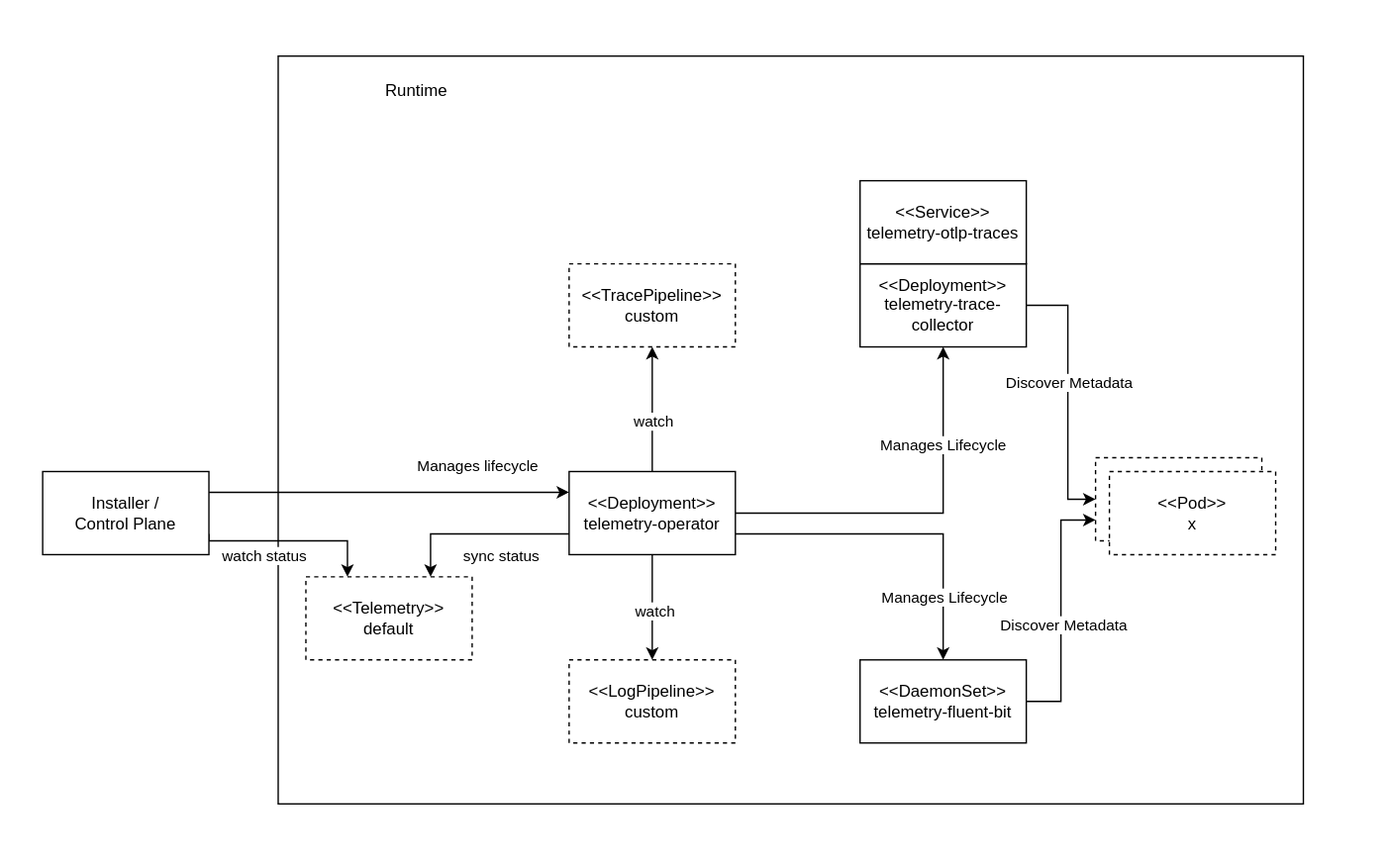
kyma-project/telemetry-manager keeps this draw.io diagram as docs/user/assets/manager-lifecycle.drawio.svg. Above is the earlier version. Source tidied: cells renumbered, new cells last; positions are measured from the earlier drawing's top-left corner, leaving out a move shared by most shapes.
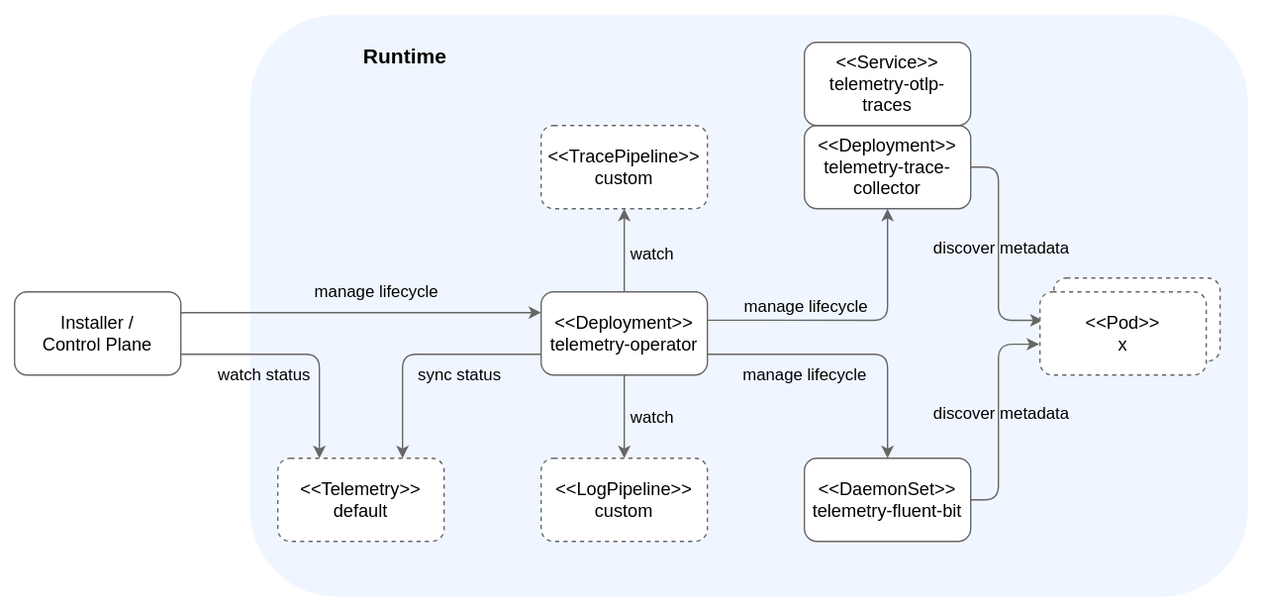
Above is the later version.

Commit message:
update manager lifecycle diagram

Diff of the diagram source:
```diff
@@ -3,123 +3,125 @@
     <mxCell id="0" />
     <mxCell id="1" parent="0" />
     <mxCell id="2" style="rounded=0;whiteSpace=wrap;html=1;strokeColor=none;" parent="1" vertex="1">
-      <mxGeometry width="1000" height="620" as="geometry" />
+      <mxGeometry x="110" y="-90" width="910" height="440" as="geometry" />
     </mxCell>
-    <mxCell id="3" style="rounded=0;whiteSpace=wrap;html=1;" parent="1" vertex="1">
-      <mxGeometry x="200" y="40" width="740" height="540" as="geometry" />
+    <mxCell id="3" value="&lt;b&gt;&lt;font style=&quot;font-size: 15px;&quot;&gt;Runtime&amp;nbsp; &amp;nbsp; &amp;nbsp; &amp;nbsp; &amp;nbsp; &amp;nbsp; &amp;nbsp; &amp;nbsp; &amp;nbsp; &amp;nbsp; &amp;nbsp; &amp;nbsp; &amp;nbsp; &amp;nbsp; &amp;nbsp; &amp;nbsp; &amp;nbsp; &amp;nbsp; &amp;nbsp; &amp;nbsp; &amp;nbsp; &amp;nbsp; &amp;nbsp; &amp;nbsp; &amp;nbsp; &amp;nbsp; &amp;nbsp; &amp;nbsp; &amp;nbsp; &amp;nbsp; &amp;nbsp; &amp;nbsp; &amp;nbsp; &amp;nbsp; &amp;nbsp; &amp;nbsp; &amp;nbsp; &amp;nbsp; &amp;nbsp; &amp;nbsp; &amp;nbsp; &amp;nbsp; &amp;nbsp; &amp;nbsp; &amp;nbsp; &amp;nbsp; &amp;nbsp; &amp;nbsp; &amp;nbsp; &amp;nbsp; &amp;nbsp; &amp;nbsp; &amp;nbsp; &amp;nbsp; &amp;nbsp; &amp;nbsp; &amp;nbsp; &amp;nbsp; &amp;nbsp; &amp;nbsp;&lt;br&gt;&lt;br&gt;&lt;br&gt;&lt;br&gt;&lt;br&gt;&lt;br&gt;&lt;br&gt;&lt;br&gt;&lt;br&gt;&lt;br&gt;&lt;br&gt;&lt;br&gt;&lt;br&gt;&lt;br&gt;&lt;br&gt;&lt;br&gt;&lt;br&gt;&lt;br&gt;&lt;br&gt;&lt;br&gt;&lt;br&gt;&lt;/font&gt;&lt;/b&gt;" style="rounded=1;whiteSpace=wrap;html=1;strokeColor=none;fillColor=#F0F6FF;" parent="1" vertex="1">
+      <mxGeometry x="290" y="-80" width="720" height="420" as="geometry" />
     </mxCell>
-    <mxCell id="4" style="edgeStyle=orthogonalEdgeStyle;html=1;exitX=1;exitY=0.5;exitDx=0;exitDy=0;entryX=0.5;entryY=1;entryDx=0;entryDy=0;elbow=vertical;rounded=0;" parent="1" edge="1" source="12" target="16">
+    <mxCell id="4" style="edgeStyle=orthogonalEdgeStyle;html=1;exitX=1.001;exitY=0.341;exitDx=0;exitDy=0;entryX=0.5;entryY=1;entryDx=0;entryDy=0;elbow=vertical;rounded=1;strokeColor=#666666;exitPerimeter=0;" parent="1" edge="1" source="12" target="16">
       <mxGeometry relative="1" as="geometry" />
     </mxCell>
-    <mxCell id="5" value="Manages Lifecycle" style="edgeLabel;html=1;align=center;verticalAlign=middle;" parent="4" vertex="1">
+    <mxCell id="5" value="&lt;font style=&quot;font-size: 12px;&quot;&gt;manage lifecycle&lt;/font&gt;" style="edgeLabel;html=1;align=center;verticalAlign=middle;labelBackgroundColor=none;fontSize=12;" parent="4" vertex="1">
       <mxGeometry x="0.07" y="4" relative="1" as="geometry">
-        <mxPoint x="6" y="-46" as="offset" />
+        <mxPoint x="-42" y="-6" as="offset" />
       </mxGeometry>
     </mxCell>
-    <mxCell id="6" style="edgeStyle=orthogonalEdgeStyle;rounded=0;html=1;exitX=1;exitY=0.75;exitDx=0;exitDy=0;entryX=0.5;entryY=0;entryDx=0;entryDy=0;elbow=vertical;" parent="1" edge="1" source="12" target="22">
+    <mxCell id="6" style="edgeStyle=orthogonalEdgeStyle;rounded=1;html=1;exitX=1;exitY=0.75;exitDx=0;exitDy=0;entryX=0.5;entryY=0;entryDx=0;entryDy=0;elbow=vertical;strokeColor=#666666;" parent="1" edge="1" source="12" target="22">
       <mxGeometry relative="1" as="geometry" />
     </mxCell>
-    <mxCell id="7" value="Manages Lifecycle" style="edgeLabel;html=1;align=center;verticalAlign=middle;" parent="6" vertex="1">
+    <mxCell id="7" value="manage lifecycle" style="edgeLabel;html=1;align=center;verticalAlign=middle;fontSize=12;labelBackgroundColor=none;" parent="6" vertex="1">
       <mxGeometry x="0.46" y="2" relative="1" as="geometry">
-        <mxPoint x="-2" y="19" as="offset" />
+        <mxPoint x="-62" y="-5" as="offset" />
       </mxGeometry>
     </mxCell>
-    <mxCell id="8" style="edgeStyle=orthogonalEdgeStyle;rounded=0;html=1;exitX=0.5;exitY=0;exitDx=0;exitDy=0;entryX=0.5;entryY=1;entryDx=0;entryDy=0;elbow=vertical;" parent="1" edge="1" source="12" target="23">
+    <mxCell id="8" style="edgeStyle=orthogonalEdgeStyle;rounded=1;html=1;exitX=0.5;exitY=0;exitDx=0;exitDy=0;entryX=0.5;entryY=1;entryDx=0;entryDy=0;elbow=vertical;strokeColor=#666666;" parent="1" edge="1" source="12" target="23">
       <mxGeometry relative="1" as="geometry" />
     </mxCell>
-    <mxCell id="9" value="watch" style="edgeLabel;html=1;align=center;verticalAlign=middle;" parent="8" vertex="1">
-      <mxGeometry x="-0.19" relative="1" as="geometry" />
+    <mxCell id="9" value="watch" style="edgeLabel;html=1;align=center;verticalAlign=middle;labelBackgroundColor=none;fontSize=12;" parent="8" vertex="1">
+      <mxGeometry x="-0.19" relative="1" as="geometry">
+        <mxPoint x="20" y="-3" as="offset" />
+      </mxGeometry>
     </mxCell>
-    <mxCell id="10" style="edgeStyle=orthogonalEdgeStyle;rounded=0;html=1;exitX=0.5;exitY=1;exitDx=0;exitDy=0;entryX=0.5;entryY=0;entryDx=0;entryDy=0;elbow=vertical;" parent="1" edge="1" source="12" target="25">
+    <mxCell id="10" style="edgeStyle=orthogonalEdgeStyle;rounded=1;html=1;exitX=0.5;exitY=1;exitDx=0;exitDy=0;entryX=0.5;entryY=0;entryDx=0;entryDy=0;elbow=vertical;strokeColor=#666666;" parent="1" edge="1" source="12" target="25">
       <mxGeometry relative="1" as="geometry" />
     </mxCell>
-    <mxCell id="11" value="watch" style="edgeLabel;html=1;align=center;verticalAlign=middle;" parent="10" vertex="1">
-      <mxGeometry x="0.04" y="1" relative="1" as="geometry" />
+    <mxCell id="11" value="watch" style="edgeLabel;html=1;align=center;verticalAlign=middle;labelBackgroundColor=none;fontSize=12;" parent="10" vertex="1">
+      <mxGeometry x="0.04" y="1" relative="1" as="geometry">
+        <mxPoint x="19" as="offset" />
+      </mxGeometry>
     </mxCell>
-    <mxCell id="12" value="&amp;lt;&amp;lt;Deployment&amp;gt;&amp;gt;&lt;br&gt;telemetry-operator" style="rounded=0;whiteSpace=wrap;html=1;" parent="1" vertex="1">
-      <mxGeometry x="410" y="340" width="120" height="60" as="geometry" />
+    <mxCell id="12" value="&amp;lt;&amp;lt;Deployment&amp;gt;&amp;gt;&lt;br style=&quot;font-size: 13px;&quot;&gt;telemetry-operator" style="rounded=1;whiteSpace=wrap;html=1;strokeColor=#666666;fontSize=13;" parent="1" vertex="1">
+      <mxGeometry x="500" y="120" width="120" height="60" as="geometry" />
     </mxCell>
-    <mxCell id="13" value="&amp;lt;&amp;lt;Pod&amp;gt;&amp;gt;&lt;br&gt;all" style="rounded=0;whiteSpace=wrap;html=1;dashed=1;" parent="1" vertex="1">
-      <mxGeometry x="790" y="330" width="120" height="60" as="geometry" />
+    <mxCell id="13" value="&amp;lt;&amp;lt;Pod&amp;gt;&amp;gt;&lt;br&gt;all" style="rounded=1;whiteSpace=wrap;html=1;dashed=1;strokeColor=#666666;" parent="1" vertex="1">
+      <mxGeometry x="870" y="110" width="120" height="60" as="geometry" />
     </mxCell>
-    <mxCell id="14" style="edgeStyle=orthogonalEdgeStyle;rounded=0;html=1;exitX=1;exitY=0.5;exitDx=0;exitDy=0;entryX=0;entryY=0.5;entryDx=0;entryDy=0;elbow=vertical;" parent="1" edge="1" source="16" target="13">
+    <mxCell id="14" style="edgeStyle=orthogonalEdgeStyle;rounded=1;html=1;exitX=1;exitY=0.5;exitDx=0;exitDy=0;entryX=0.016;entryY=0.343;entryDx=0;entryDy=0;elbow=vertical;strokeColor=#666666;entryPerimeter=0;" parent="1" edge="1" source="16" target="24">
       <mxGeometry relative="1" as="geometry">
         <Array as="points">
-          <mxPoint x="770" y="220" />
-          <mxPoint x="770" y="360" />
+          <mxPoint x="830" y="30" />
+          <mxPoint x="830" y="141" />
         </Array>
       </mxGeometry>
     </mxCell>
-    <mxCell id="15" value="Discover Metadata" style="edgeLabel;html=1;align=center;verticalAlign=middle;" parent="14" vertex="1">
-      <mxGeometry x="-0.1" relative="1" as="geometry" />
+    <mxCell id="15" value="discover metadata" style="edgeLabel;html=1;align=center;verticalAlign=middle;fontSize=12;labelBackgroundColor=none;" parent="14" vertex="1">
+      <mxGeometry x="-0.1" relative="1" as="geometry">
+        <mxPoint x="2" y="6" as="offset" />
+      </mxGeometry>
     </mxCell>
-    <mxCell id="16" value="&amp;lt;&amp;lt;Deployment&amp;gt;&amp;gt;&lt;br&gt;telemetry-trace-collector" style="rounded=0;whiteSpace=wrap;html=1;" parent="1" vertex="1">
-      <mxGeometry x="620" y="190" width="120" height="60" as="geometry" />
+    <mxCell id="16" value="&lt;font style=&quot;font-size: 13px;&quot;&gt;&amp;lt;&amp;lt;Deployment&amp;gt;&amp;gt;&lt;br&gt;telemetry-trace-collector&lt;/font&gt;" style="rounded=1;whiteSpace=wrap;html=1;strokeColor=#666666;" parent="1" vertex="1">
+      <mxGeometry x="690" width="120" height="60" as="geometry" />
     </mxCell>
-    <mxCell id="17" style="edgeStyle=orthogonalEdgeStyle;rounded=0;html=1;exitX=1;exitY=0.75;exitDx=0;exitDy=0;entryX=0.25;entryY=0;entryDx=0;entryDy=0;elbow=vertical;" parent="1" edge="1" source="19" target="28">
+    <mxCell id="17" style="edgeStyle=orthogonalEdgeStyle;rounded=1;html=1;exitX=1;exitY=0.75;exitDx=0;exitDy=0;entryX=0.25;entryY=0;entryDx=0;entryDy=0;elbow=vertical;strokeColor=#666666;" parent="1" edge="1" source="19" target="28">
       <mxGeometry relative="1" as="geometry">
         <Array as="points">
-          <mxPoint x="240" y="390" />
-          <mxPoint x="300" y="390" />
+          <mxPoint x="340" y="165" />
         </Array>
       </mxGeometry>
     </mxCell>
-    <mxCell id="18" value="watch status" style="edgeLabel;html=1;align=center;verticalAlign=middle;" parent="17" vertex="1">
+    <mxCell id="18" value="&lt;font style=&quot;font-size: 12px;&quot;&gt;watch status&lt;/font&gt;" style="edgeLabel;html=1;align=center;verticalAlign=middle;labelBackgroundColor=none;" parent="17" vertex="1">
       <mxGeometry x="0.52" y="-1" relative="1" as="geometry">
-        <mxPoint x="-54" y="9" as="offset" />
+        <mxPoint x="-39" y="-18" as="offset" />
       </mxGeometry>
     </mxCell>
-    <mxCell id="19" value="Installer /&lt;br&gt;Control Plane" style="rounded=0;whiteSpace=wrap;html=1;" parent="1" vertex="1">
-      <mxGeometry x="30" y="340" width="120" height="60" as="geometry" />
+    <mxCell id="19" value="Installer /&lt;br style=&quot;font-size: 13px;&quot;&gt;Control Plane" style="rounded=1;whiteSpace=wrap;html=1;strokeColor=#666666;fontSize=13;" parent="1" vertex="1">
+      <mxGeometry x="120" y="120" width="120" height="60" as="geometry" />
     </mxCell>
-    <mxCell id="20" style="edgeStyle=orthogonalEdgeStyle;rounded=0;html=1;exitX=1;exitY=0.5;exitDx=0;exitDy=0;entryX=0;entryY=0.75;entryDx=0;entryDy=0;elbow=vertical;" parent="1" edge="1" source="22" target="13">
-      <mxGeometry relative="1" as="geometry" />
+    <mxCell id="20" style="edgeStyle=orthogonalEdgeStyle;rounded=1;html=1;exitX=1;exitY=0.5;exitDx=0;exitDy=0;entryX=-0.005;entryY=0.63;entryDx=0;entryDy=0;elbow=vertical;strokeColor=#666666;entryPerimeter=0;" parent="1" edge="1" source="22" target="24">
+      <mxGeometry relative="1" as="geometry">
+        <Array as="points">
+          <mxPoint x="830" y="270" />
+          <mxPoint x="830" y="158" />
+        </Array>
+      </mxGeometry>
     </mxCell>
-    <mxCell id="21" value="Discover Metadata" style="edgeLabel;html=1;align=center;verticalAlign=middle;" parent="20" vertex="1">
+    <mxCell id="21" value="discover metadata" style="edgeLabel;html=1;align=center;verticalAlign=middle;fontSize=12;labelBackgroundColor=none;" parent="20" vertex="1">
       <mxGeometry x="0.2" y="-1" relative="1" as="geometry">
-        <mxPoint y="28" as="offset" />
+        <mxPoint x="1" y="15" as="offset" />
       </mxGeometry>
     </mxCell>
-    <mxCell id="22" value="&amp;lt;&amp;lt;DaemonSet&amp;gt;&amp;gt;&lt;br&gt;telemetry-fluent-bit" style="rounded=0;whiteSpace=wrap;html=1;" parent="1" vertex="1">
-      <mxGeometry x="620" y="476" width="120" height="60" as="geometry" />
+    <mxCell id="22" value="&amp;lt;&amp;lt;DaemonSet&amp;gt;&amp;gt;&lt;br style=&quot;font-size: 13px;&quot;&gt;telemetry-fluent-bit" style="rounded=1;whiteSpace=wrap;html=1;strokeColor=#666666;fontSize=13;" parent="1" vertex="1">
+      <mxGeometry x="690" y="240" width="120" height="60" as="geometry" />
     </mxCell>
-    <mxCell id="23" value="&amp;lt;&amp;lt;TracePipeline&amp;gt;&amp;gt;&lt;br&gt;custom" style="rounded=0;whiteSpace=wrap;html=1;dashed=1;" parent="1" vertex="1">
-      <mxGeometry x="410" y="190" width="120" height="60" as="geometry" />
+    <mxCell id="23" value="&amp;lt;&amp;lt;TracePipeline&amp;gt;&amp;gt;&lt;br style=&quot;font-size: 13px;&quot;&gt;custom" style="rounded=1;whiteSpace=wrap;html=1;dashed=1;strokeColor=#666666;fontSize=13;" parent="1" vertex="1">
+      <mxGeometry x="500" width="120" height="60" as="geometry" />
     </mxCell>
-    <mxCell id="24" value="&amp;lt;&amp;lt;Pod&amp;gt;&amp;gt;&lt;br&gt;x" style="rounded=0;whiteSpace=wrap;html=1;dashed=1;" parent="1" vertex="1">
-      <mxGeometry x="800" y="340" width="120" height="60" as="geometry" />
+    <mxCell id="24" value="&lt;font style=&quot;font-size: 13px;&quot;&gt;&amp;lt;&amp;lt;Pod&amp;gt;&amp;gt;&lt;br&gt;x&lt;/font&gt;" style="rounded=1;whiteSpace=wrap;html=1;dashed=1;strokeColor=#666666;" parent="1" vertex="1">
+      <mxGeometry x="860" y="120" width="120" height="60" as="geometry" />
     </mxCell>
-    <mxCell id="25" value="&amp;lt;&amp;lt;LogPipeline&amp;gt;&amp;gt;&lt;br&gt;custom" style="rounded=0;whiteSpace=wrap;html=1;dashed=1;" parent="1" vertex="1">
-      <mxGeometry x="410" y="476" width="120" height="60" as="geometry" />
+    <mxCell id="25" value="&amp;lt;&amp;lt;LogPipeline&amp;gt;&amp;gt;&lt;br style=&quot;font-size: 13px;&quot;&gt;custom" style="rounded=1;whiteSpace=wrap;html=1;dashed=1;strokeColor=#666666;fontSize=13;" parent="1" vertex="1">
+      <mxGeometry x="500" y="240" width="120" height="60" as="geometry" />
     </mxCell>
-    <mxCell id="26" value="&amp;lt;&amp;lt;Service&amp;gt;&amp;gt;&lt;br&gt;telemetry-otlp-traces" style="rounded=0;whiteSpace=wrap;html=1;" parent="1" vertex="1">
-      <mxGeometry x="620" y="130" width="120" height="60" as="geometry" />
+    <mxCell id="26" value="&amp;lt;&amp;lt;Service&amp;gt;&amp;gt;&lt;br style=&quot;font-size: 13px;&quot;&gt;telemetry-otlp-traces" style="rounded=1;whiteSpace=wrap;html=1;strokeColor=#666666;fontSize=13;" parent="1" vertex="1">
+      <mxGeometry x="690" y="-60" width="120" height="60" as="geometry" />
     </mxCell>
-    <mxCell id="27" value="Runtime" style="text;html=1;strokeColor=none;fillColor=none;align=center;verticalAlign=middle;whiteSpace=wrap;rounded=0;" parent="1" vertex="1">
-      <mxGeometry x="270" y="50" width="60" height="30" as="geometry" />
-    </mxCell>
-    <mxCell id="28" value="&amp;lt;&amp;lt;Telemetry&amp;gt;&amp;gt;&lt;br&gt;default" style="rounded=0;whiteSpace=wrap;html=1;dashed=1;" parent="1" vertex="1">
-      <mxGeometry x="220" y="416" width="120" height="60" as="geometry" />
+    <mxCell id="28" value="&amp;lt;&amp;lt;Telemetry&amp;gt;&amp;gt;&lt;br style=&quot;font-size: 13px;&quot;&gt;default" style="rounded=1;whiteSpace=wrap;html=1;dashed=1;strokeColor=#666666;fontSize=13;" parent="1" vertex="1">
+      <mxGeometry x="310" y="240" width="120" height="60" as="geometry" />
     </mxCell>
-    <mxCell id="29" style="edgeStyle=orthogonalEdgeStyle;rounded=0;html=1;exitX=0;exitY=0.75;exitDx=0;exitDy=0;entryX=0.75;entryY=0;entryDx=0;entryDy=0;elbow=vertical;" parent="1" edge="1" source="12" target="28">
+    <mxCell id="29" style="edgeStyle=orthogonalEdgeStyle;rounded=1;html=1;exitX=0;exitY=0.75;exitDx=0;exitDy=0;entryX=0.75;entryY=0;entryDx=0;entryDy=0;elbow=vertical;strokeColor=#666666;" parent="1" edge="1" source="12" target="28">
       <mxGeometry relative="1" as="geometry" />
     </mxCell>
-    <mxCell id="30" value="sync status" style="edgeLabel;html=1;align=center;verticalAlign=middle;" parent="29" vertex="1">
+    <mxCell id="30" value="sync status" style="edgeLabel;html=1;align=center;verticalAlign=middle;labelBackgroundColor=none;fontSize=12;" parent="29" vertex="1">
       <mxGeometry x="0.04" y="1" relative="1" as="geometry">
-        <mxPoint x="18" y="14" as="offset" />
+        <mxPoint x="31" y="14" as="offset" />
       </mxGeometry>
     </mxCell>
-    <mxCell id="31" style="edgeStyle=orthogonalEdgeStyle;rounded=0;html=1;entryX=0;entryY=0.25;entryDx=0;entryDy=0;elbow=vertical;exitX=1;exitY=0.25;exitDx=0;exitDy=0;" parent="1" edge="1" source="19" target="12">
-      <mxGeometry relative="1" as="geometry">
-        <Array as="points">
-          <mxPoint x="320" y="355" />
-          <mxPoint x="320" y="355" />
-        </Array>
-      </mxGeometry>
+    <mxCell id="31" style="edgeStyle=orthogonalEdgeStyle;rounded=1;html=1;entryX=0;entryY=0.25;entryDx=0;entryDy=0;elbow=vertical;exitX=1;exitY=0.25;exitDx=0;exitDy=0;strokeColor=#666666;" parent="1" edge="1" source="19" target="12">
+      <mxGeometry relative="1" as="geometry" />
     </mxCell>
-    <mxCell id="32" value="Manages lifecycle" style="edgeLabel;html=1;align=center;verticalAlign=middle;" parent="31" vertex="1">
+    <mxCell id="32" value="&lt;font style=&quot;font-size: 12px;&quot;&gt;manage lifecycle&lt;/font&gt;" style="edgeLabel;html=1;align=center;verticalAlign=middle;labelBackgroundColor=none;" parent="31" vertex="1">
       <mxGeometry x="0.52" y="-1" relative="1" as="geometry">
-        <mxPoint x="-4" y="-21" as="offset" />
+        <mxPoint x="-57" y="-16" as="offset" />
       </mxGeometry>
     </mxCell>
   </root>
```
